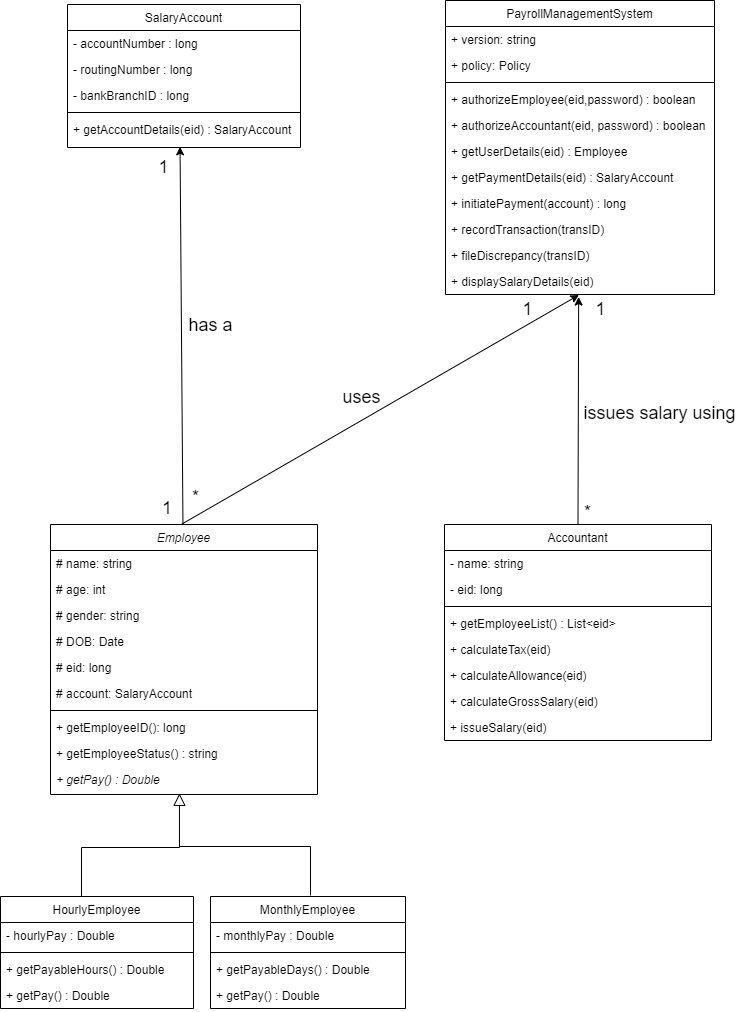
This is Q3 - Class Diagram.png from jitendramarndi/zoo-animals, a draw.io export, as it was before one commit. Source tidied: cells renumbered, new cells last; positions are measured from the earlier drawing's top-left corner, leaving out a move shared by most shapes.
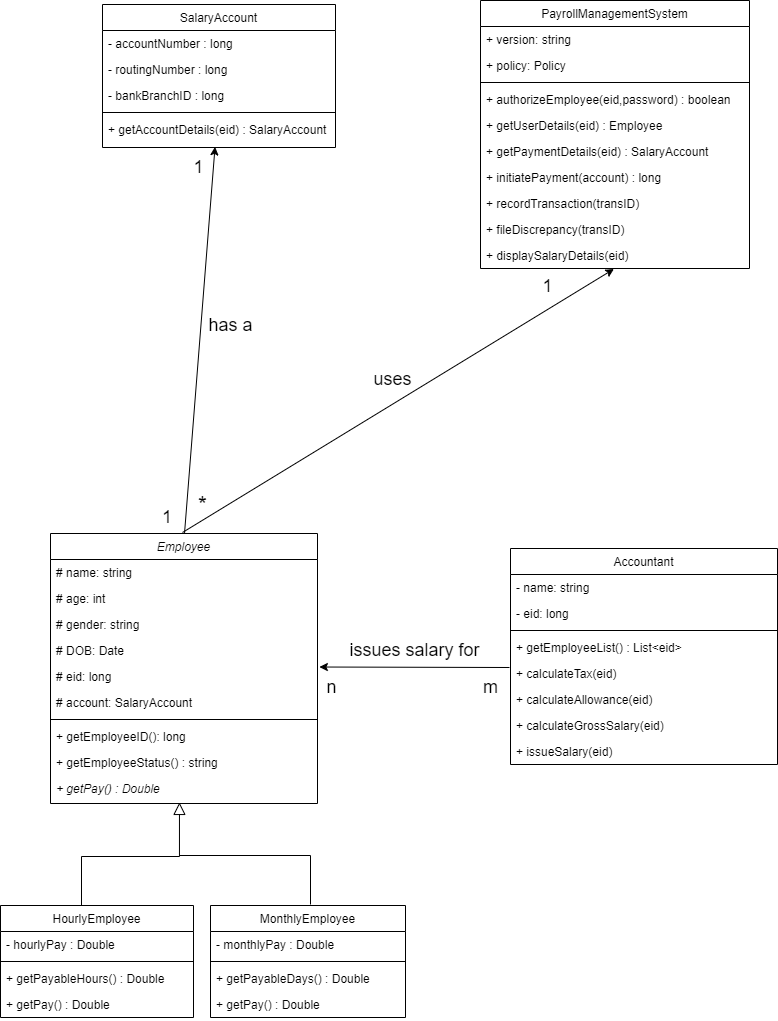
The same file after the commit.

Commit message:
Updated class diagram

What changed in the source:
```diff
@@ -3,7 +3,7 @@
     <mxCell id="0" />
     <mxCell id="1" parent="0" />
     <mxCell id="2" value="HourlyEmployee" style="swimlane;fontStyle=0;align=center;verticalAlign=top;horizontal=1;startSize=26;rounded=0;shadow=0;strokeWidth=1;" parent="1" vertex="1">
-      <mxGeometry y="896" width="193" height="112" as="geometry" />
+      <mxGeometry x="-35" y="905" width="193" height="112" as="geometry" />
     </mxCell>
     <mxCell id="3" value="- hourlyPay : Double" style="text;align=left;verticalAlign=top;spacingLeft=4;spacingRight=4;overflow=hidden;" parent="2" vertex="1">
       <mxGeometry y="26" width="193" height="26" as="geometry" />
@@ -19,14 +19,14 @@
     </mxCell>
     <mxCell id="7" style="endArrow=block;endSize=10;endFill=0;shadow=0;strokeWidth=1;rounded=0;edgeStyle=elbowEdgeStyle;elbow=vertical;entryX=0.483;entryY=0.962;entryDx=0;entryDy=0;entryPerimeter=0;" parent="1" edge="1" target="35">
       <mxGeometry relative="1" as="geometry">
-        <mxPoint x="81" y="896" as="sourcePoint" />
+        <mxPoint x="46" y="905" as="sourcePoint" />
         <Array as="points">
-          <mxPoint x="130" y="847" />
+          <mxPoint x="95" y="856" />
         </Array>
       </mxGeometry>
     </mxCell>
     <mxCell id="8" value="MonthlyEmployee" style="swimlane;fontStyle=0;align=center;verticalAlign=top;horizontal=1;startSize=26;rounded=0;shadow=0;strokeWidth=1;" parent="1" vertex="1">
-      <mxGeometry x="210" y="896" width="195" height="112" as="geometry" />
+      <mxGeometry x="175" y="905" width="195" height="112" as="geometry" />
     </mxCell>
     <mxCell id="9" value="- monthlyPay : Double" style="text;align=left;verticalAlign=top;spacingLeft=4;spacingRight=4;overflow=hidden;" parent="8" vertex="1">
       <mxGeometry y="26" width="195" height="26" as="geometry" />
@@ -41,7 +41,7 @@
       <mxGeometry y="86" width="195" height="26" as="geometry" />
     </mxCell>
     <mxCell id="13" value="PayrollManagementSystem" style="swimlane;fontStyle=0;align=center;verticalAlign=top;horizontal=1;startSize=26;rounded=0;shadow=0;strokeWidth=1;" parent="1" vertex="1">
-      <mxGeometry x="445" width="269" height="294" as="geometry" />
+      <mxGeometry x="445" width="269" height="268" as="geometry" />
     </mxCell>
     <mxCell id="14" value="+ version: string" style="text;align=left;verticalAlign=top;spacingLeft=4;spacingRight=4;overflow=hidden;" parent="13" vertex="1">
       <mxGeometry y="26" width="269" height="26" as="geometry" />
@@ -55,29 +55,26 @@
     <mxCell id="17" value="+ authorizeEmployee(eid,password) : boolean" style="text;align=left;verticalAlign=top;spacingLeft=4;spacingRight=4;overflow=hidden;" parent="13" vertex="1">
       <mxGeometry y="86" width="269" height="26" as="geometry" />
     </mxCell>
-    <mxCell id="18" value="+ authorizeAccountant(eid, password) : boolean" style="text;align=left;verticalAlign=top;spacingLeft=4;spacingRight=4;overflow=hidden;" parent="13" vertex="1">
-      <mxGeometry y="112" width="269" height="26" as="geometry" />
-    </mxCell>
     <mxCell id="19" value="+ getUserDetails(eid) : Employee" style="text;align=left;verticalAlign=top;spacingLeft=4;spacingRight=4;overflow=hidden;" parent="13" vertex="1">
-      <mxGeometry y="138" width="269" height="26" as="geometry" />
+      <mxGeometry y="112" width="269" height="26" as="geometry" />
     </mxCell>
     <mxCell id="20" value="+ getPaymentDetails(eid) : SalaryAccount" style="text;align=left;verticalAlign=top;spacingLeft=4;spacingRight=4;overflow=hidden;" parent="13" vertex="1">
-      <mxGeometry y="164" width="269" height="26" as="geometry" />
+      <mxGeometry y="138" width="269" height="26" as="geometry" />
     </mxCell>
     <mxCell id="21" value="+ initiatePayment(account) : long" style="text;align=left;verticalAlign=top;spacingLeft=4;spacingRight=4;overflow=hidden;rounded=0;shadow=0;html=0;" parent="13" vertex="1">
-      <mxGeometry y="190" width="269" height="26" as="geometry" />
+      <mxGeometry y="164" width="269" height="26" as="geometry" />
     </mxCell>
     <mxCell id="22" value="+ recordTransaction(transID)" style="text;align=left;verticalAlign=top;spacingLeft=4;spacingRight=4;overflow=hidden;rounded=0;shadow=0;html=0;" parent="13" vertex="1">
-      <mxGeometry y="216" width="269" height="26" as="geometry" />
+      <mxGeometry y="190" width="269" height="26" as="geometry" />
     </mxCell>
     <mxCell id="23" value="+ fileDiscrepancy(transID)" style="text;align=left;verticalAlign=top;spacingLeft=4;spacingRight=4;overflow=hidden;rounded=0;shadow=0;html=0;" parent="13" vertex="1">
-      <mxGeometry y="242" width="269" height="26" as="geometry" />
+      <mxGeometry y="216" width="269" height="26" as="geometry" />
     </mxCell>
     <mxCell id="24" value="+ displaySalaryDetails(eid)" style="text;align=left;verticalAlign=top;spacingLeft=4;spacingRight=4;overflow=hidden;points=[[0,0.5],[1,0.5]];portConstraint=eastwest;rounded=0;shadow=0;html=0;" parent="13" vertex="1">
-      <mxGeometry y="268" width="269" height="26" as="geometry" />
+      <mxGeometry y="242" width="269" height="26" as="geometry" />
     </mxCell>
     <mxCell id="25" value="Employee" style="swimlane;fontStyle=2;align=center;verticalAlign=top;horizontal=1;startSize=26;rounded=0;shadow=0;strokeWidth=1;" parent="1" vertex="1">
-      <mxGeometry x="50" y="524" width="267" height="270" as="geometry" />
+      <mxGeometry x="15" y="533" width="267" height="270" as="geometry" />
     </mxCell>
     <mxCell id="26" value="# name: string" style="text;align=left;verticalAlign=top;spacingLeft=4;spacingRight=4;overflow=hidden;" parent="25" vertex="1">
       <mxGeometry y="26" width="267" height="26" as="geometry" />
@@ -128,16 +125,16 @@
       <mxGeometry y="112" width="233" height="26" as="geometry" />
     </mxCell>
     <mxCell id="42" value="&lt;font style=&quot;font-size: 18px&quot;&gt;has a&lt;/font&gt;" style="text;html=1;align=center;verticalAlign=middle;" parent="1" vertex="1">
-      <mxGeometry x="183" y="315" width="54" height="19" as="geometry" />
+      <mxGeometry x="168" y="315" width="54" height="19" as="geometry" />
     </mxCell>
     <mxCell id="43" value="&lt;font style=&quot;font-size: 18px&quot;&gt;1&lt;/font&gt;" style="text;html=1;align=left;verticalAlign=middle;points=[];" parent="1" vertex="1">
-      <mxGeometry x="160" y="498" width="20" height="20" as="geometry" />
+      <mxGeometry x="125" y="507" width="20" height="20" as="geometry" />
     </mxCell>
     <mxCell id="44" value="&lt;font style=&quot;font-size: 18px&quot;&gt;1&lt;/font&gt;" style="text;html=1;align=center;verticalAlign=middle;" parent="1" vertex="1">
       <mxGeometry x="153" y="157" width="20" height="19" as="geometry" />
     </mxCell>
     <mxCell id="45" value="Accountant" style="swimlane;fontStyle=0;align=center;verticalAlign=top;horizontal=1;startSize=26;rounded=0;shadow=0;strokeWidth=1;" parent="1" vertex="1">
-      <mxGeometry x="444" y="524" width="267" height="216" as="geometry" />
+      <mxGeometry x="475" y="548" width="267" height="216" as="geometry" />
     </mxCell>
     <mxCell id="46" value="- name: string" style="text;align=left;verticalAlign=top;spacingLeft=4;spacingRight=4;overflow=hidden;" parent="45" vertex="1">
       <mxGeometry y="26" width="267" height="26" as="geometry" />
@@ -164,40 +161,46 @@
       <mxGeometry y="190" width="267" height="26" as="geometry" />
     </mxCell>
     <mxCell id="54" value="&lt;font style=&quot;font-size: 18px&quot;&gt;uses&lt;/font&gt;" style="text;html=1;align=center;verticalAlign=middle;" parent="1" vertex="1">
-      <mxGeometry x="337" y="387" width="48" height="19" as="geometry" />
+      <mxGeometry x="333" y="369" width="48" height="19" as="geometry" />
     </mxCell>
     <mxCell id="55" value="&lt;font style=&quot;font-size: 18px&quot;&gt;1&lt;/font&gt;" style="text;html=1;align=center;verticalAlign=middle;" parent="1" vertex="1">
-      <mxGeometry x="517" y="299" width="20" height="19" as="geometry" />
+      <mxGeometry x="502" y="276" width="20" height="19" as="geometry" />
     </mxCell>
-    <mxCell id="56" value="&lt;font style=&quot;font-size: 18px&quot;&gt;issues salary using&lt;/font&gt;" style="text;html=1;align=center;verticalAlign=middle;" parent="1" vertex="1">
-      <mxGeometry x="578" y="403" width="162" height="20" as="geometry" />
-    </mxCell>
-    <mxCell id="57" value="&lt;font style=&quot;font-size: 18px&quot;&gt;*&lt;/font&gt;" style="text;html=1;align=center;verticalAlign=middle;points=[];" parent="1" vertex="1">
-      <mxGeometry x="578" y="502" width="17" height="20" as="geometry" />
-    </mxCell>
-    <mxCell id="58" value="&lt;font style=&quot;font-size: 18px&quot;&gt;1&lt;/font&gt;" style="text;html=1;align=center;verticalAlign=middle;" parent="1" vertex="1">
-      <mxGeometry x="590" y="299" width="20" height="20" as="geometry" />
-    </mxCell>
-    <mxCell id="59" style="endArrow=classic;html=1;exitX=1.081;exitY=1.272;exitDx=0;exitDy=0;exitPerimeter=0;entryX=0.496;entryY=1.019;entryDx=0;entryDy=0;entryPerimeter=0;" parent="1" edge="1" source="43" target="24">
-      <mxGeometry relative="1" as="geometry" />
+    <mxCell id="59" style="endArrow=classic;html=1;entryX=0.496;entryY=1.019;entryDx=0;entryDy=0;entryPerimeter=0;" parent="1" edge="1" target="24">
+      <mxGeometry relative="1" as="geometry">
+        <mxPoint x="147" y="532" as="sourcePoint" />
+      </mxGeometry>
     </mxCell>
-    <mxCell id="60" value="&lt;font style=&quot;font-size: 18px&quot;&gt;*&lt;/font&gt;" style="text;html=1;align=center;verticalAlign=middle;" parent="1" vertex="1">
-      <mxGeometry x="186" y="487" width="17" height="20" as="geometry" />
+    <mxCell id="60" value="&lt;font style=&quot;font-size: 23px&quot;&gt;*&lt;/font&gt;" style="text;html=1;align=center;verticalAlign=middle;" parent="1" vertex="1">
+      <mxGeometry x="157" y="494" width="19" height="22" as="geometry" />
     </mxCell>
-    <mxCell id="61" style="endArrow=classic;html=1;entryX=0.495;entryY=1.098;entryDx=0;entryDy=0;entryPerimeter=0;exitX=-0.03;exitY=1.107;exitDx=0;exitDy=0;exitPerimeter=0;" parent="1" edge="1" source="57" target="24">
-      <mxGeometry relative="1" as="geometry" />
-    </mxCell>
     <mxCell id="62" style="endArrow=none;html=1;rounded=0;" parent="1" edge="1">
       <mxGeometry relative="1" as="geometry">
-        <mxPoint x="310" y="895" as="sourcePoint" />
-        <mxPoint x="179" y="846" as="targetPoint" />
+        <mxPoint x="275" y="904" as="sourcePoint" />
+        <mxPoint x="144" y="855" as="targetPoint" />
         <Array as="points">
-          <mxPoint x="310" y="846" />
+          <mxPoint x="275" y="855" />
         </Array>
       </mxGeometry>
     </mxCell>
-    <mxCell id="63" style="endArrow=classic;html=1;entryX=0.483;entryY=1.167;entryDx=0;entryDy=0;entryPerimeter=0;" parent="1" edge="1" source="25" target="41">
-      <mxGeometry relative="1" as="geometry" />
+    <mxCell id="63" style="endArrow=classic;html=1;entryX=0.483;entryY=1.167;entryDx=0;entryDy=0;entryPerimeter=0;" parent="1" edge="1" target="41">
+      <mxGeometry relative="1" as="geometry">
+        <mxPoint x="149" y="533" as="sourcePoint" />
+      </mxGeometry>
     </mxCell>
+    <mxCell id="64" value="&lt;font style=&quot;font-size: 18px&quot;&gt;issues salary for&lt;/font&gt;" style="text;html=1;align=center;verticalAlign=middle;" parent="1" vertex="1">
+      <mxGeometry x="309" y="640" width="140" height="20" as="geometry" />
+    </mxCell>
+    <mxCell id="65" value="&lt;font style=&quot;font-size: 18px&quot;&gt;n&lt;/font&gt;" style="text;html=1;align=center;verticalAlign=middle;" parent="1" vertex="1">
+      <mxGeometry x="286" y="677" width="20" height="20" as="geometry" />
+    </mxCell>
+    <mxCell id="66" style="endArrow=classic;html=1;entryX=1.007;entryY=0.135;entryDx=0;entryDy=0;entryPerimeter=0;" parent="1" edge="1" target="30">
+      <mxGeometry relative="1" as="geometry">
+        <mxPoint x="474" y="667" as="sourcePoint" />
+      </mxGeometry>
+    </mxCell>
+    <mxCell id="67" value="&lt;font style=&quot;font-size: 18px&quot;&gt;m&lt;/font&gt;" style="text;html=1;align=center;verticalAlign=middle;" parent="1" vertex="1">
+      <mxGeometry x="442" y="677" width="25" height="20" as="geometry" />
+    </mxCell>
   </root>
 </mxGraphModel>
```
